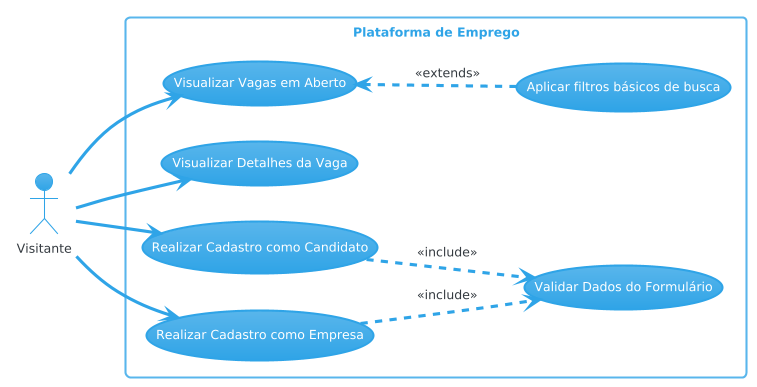
wendersonfarias/empregAPI-TCC keeps this PlantUML diagram as Casos de Uso/caso_de_uso_visitante.png. Above is the earlier version. Its source is kept beside it as Casos de Uso/caso_de_uso_visitante.puml. Source of this version:
```plantuml
@startuml caso_de_uso_visitante
!theme cerulean
left to right direction

actor Visitante

rectangle "Plataforma de Emprego" {
    usecase "Visualizar Vagas em Aberto" as UC_ViewVacancies
    usecase "Visualizar Detalhes da Vaga" as UC_ViewDetails
    usecase "Realizar Cadastro como Candidato" as UC_RegisterCandidate
    usecase "Realizar Cadastro como Empresa" as UC_RegisterCompany
    usecase "Aplicar filtros básicos de busca" as UC_filtros
    usecase "Validar Dados do Formulário" as UC_ValidateForm
}

Visitante --> UC_ViewVacancies
Visitante --> UC_ViewDetails
Visitante --> UC_RegisterCandidate
Visitante --> UC_RegisterCompany

UC_ViewVacancies <.. UC_filtros : <<extends>>
UC_RegisterCandidate ..> UC_ValidateForm : <<include>>
UC_RegisterCompany ..> UC_ValidateForm : <<include>>
@enduml
```
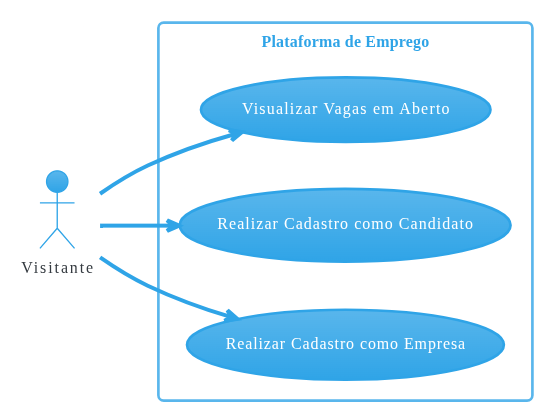
The same file after the commit.

What changed in the source:
```diff
@@ -6,19 +6,15 @@
 
 rectangle "Plataforma de Emprego" {
     usecase "Visualizar Vagas em Aberto" as UC_ViewVacancies
-    usecase "Visualizar Detalhes da Vaga" as UC_ViewDetails
+
     usecase "Realizar Cadastro como Candidato" as UC_RegisterCandidate
     usecase "Realizar Cadastro como Empresa" as UC_RegisterCompany
-    usecase "Aplicar filtros básicos de busca" as UC_filtros
-    usecase "Validar Dados do Formulário" as UC_ValidateForm
+
 }
 
 Visitante --> UC_ViewVacancies
-Visitante --> UC_ViewDetails
 Visitante --> UC_RegisterCandidate
 Visitante --> UC_RegisterCompany
 
-UC_ViewVacancies <.. UC_filtros : <<extends>>
-UC_RegisterCandidate ..> UC_ValidateForm : <<include>>
-UC_RegisterCompany ..> UC_ValidateForm : <<include>>
+
 @enduml
```
